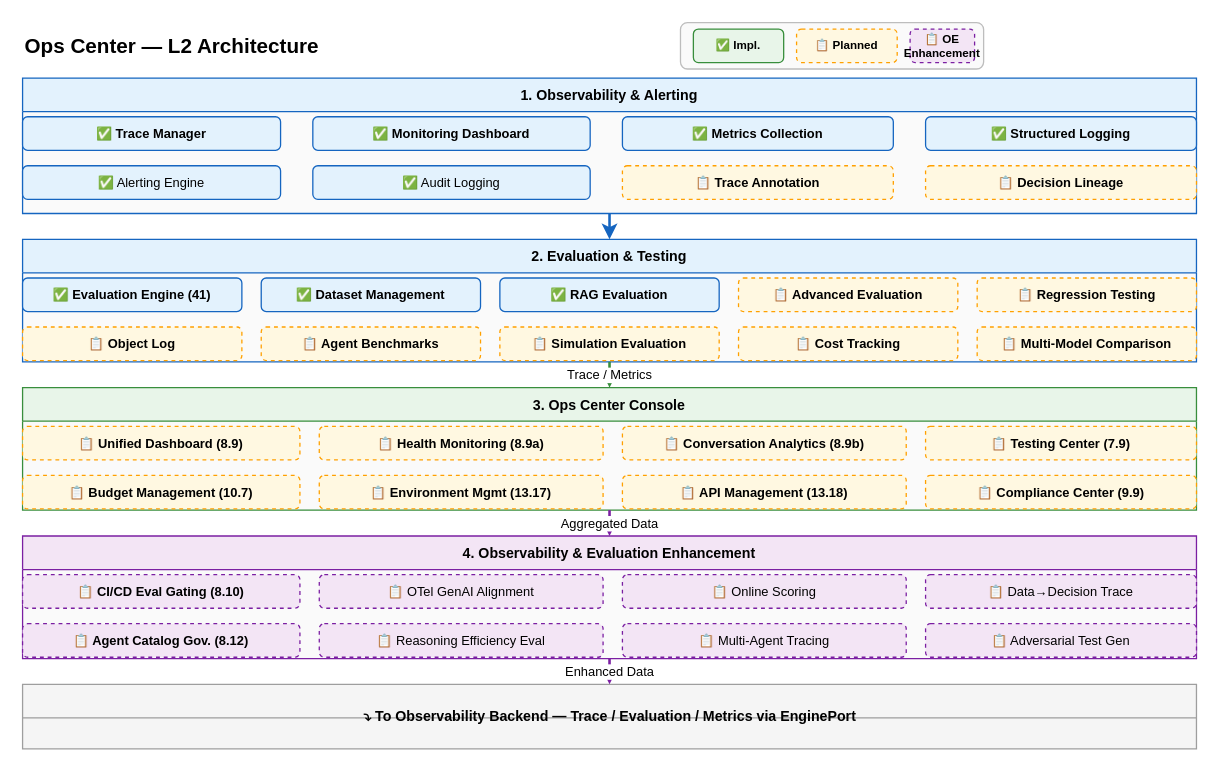
xueyufish/hecate keeps this draw.io diagram as docs/design/hardware/ops-center-l2.drawio. Above is the earlier version. Source tidied: cells renumbered, new cells numbered last; positions are measured from the earlier drawing's top-left corner, leaving out a move shared by most shapes. Both pictures are drawn from the tidied source at 129%, with x=0, y=0 at pixel (22, 22).
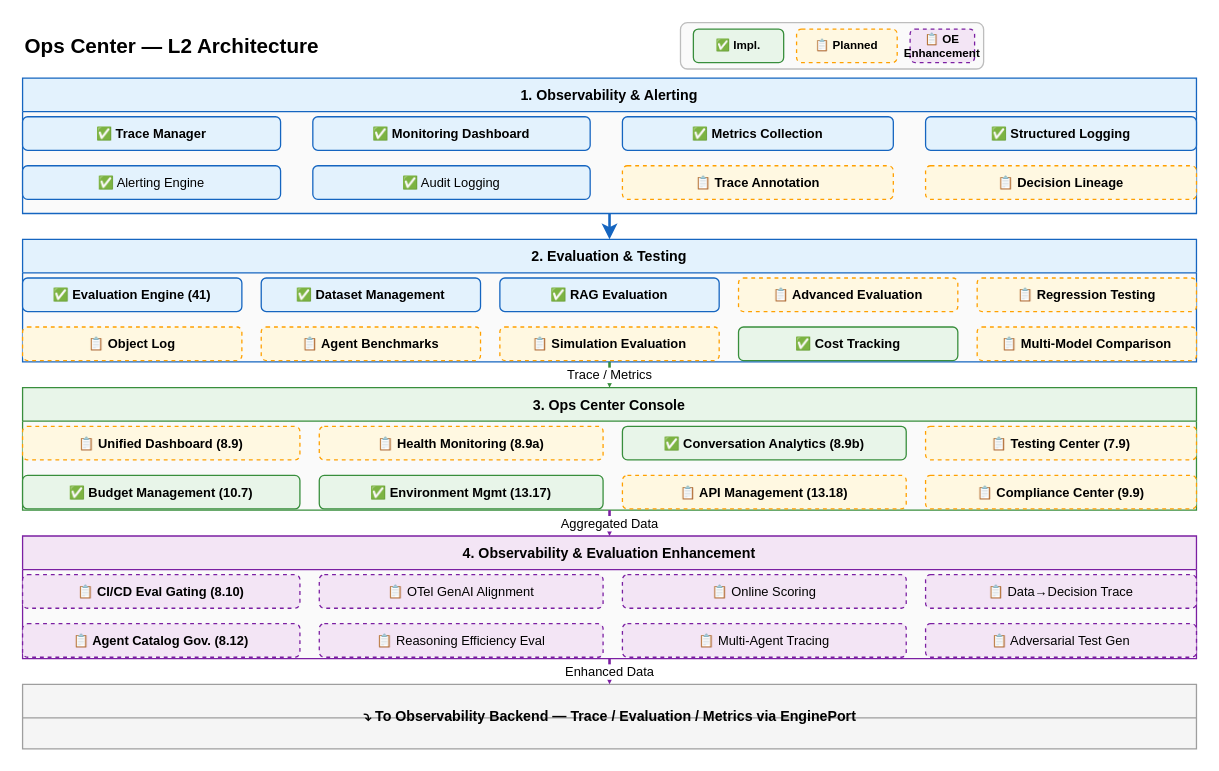
The same page after the edit.

The change refers to these unchanged cells:
```xml
<mxCell id="16" value="2. Evaluation &amp; Testing" style="swimlane;startSize=26;fillColor=#E3F2FD;strokeColor=#1565C0;fontSize=11;fontStyle=1;swimlaneFillColor=#FAFAFA;" parent="1" vertex="1">
  <mxGeometry y="168" width="910" height="95" as="geometry" />
</mxCell>
<mxCell id="27" value="3. Ops Center Console" style="swimlane;startSize=26;fillColor=#E8F5E9;strokeColor=#388E3C;fontSize=11;fontStyle=1;swimlaneFillColor=#FAFAFA;" parent="1" vertex="1">
  <mxGeometry y="283" width="910" height="95" as="geometry" />
</mxCell>
```

What changed in the source:
```diff
@@
-    <mxCell id="25" value="📋 Cost Tracking" style="rounded=1;whiteSpace=wrap;html=1;fillColor=#FFF8E1;strokeColor=#FFA000;fontSize=10;fontStyle=1;dashed=1;" parent="16" vertex="1">
+    <mxCell id="25" value="✅ Cost Tracking" style="rounded=1;whiteSpace=wrap;html=1;fillColor=#E8F5E9;strokeColor=#388E3C;fontSize=10;fontStyle=1;" parent="16" vertex="1">
       <mxGeometry x="555" y="68" width="170" height="26" as="geometry" />
     </mxCell>
@@
-    <mxCell id="30" value="📋 Conversation Analytics (8.9b)" style="rounded=1;whiteSpace=wrap;html=1;fillColor=#FFF8E1;strokeColor=#FFA000;fontSize=10;fontStyle=1;dashed=1;" parent="27" vertex="1">
+    <mxCell id="30" value="✅ Conversation Analytics (8.9b)" style="rounded=1;whiteSpace=wrap;html=1;fillColor=#E8F5E9;strokeColor=#388E3C;fontSize=10;fontStyle=1;" parent="27" vertex="1">
       <mxGeometry x="465" y="30" width="220" height="26" as="geometry" />
     </mxCell>
@@
-    <mxCell id="32" value="📋 Budget Management (10.7)" style="rounded=1;whiteSpace=wrap;html=1;fillColor=#FFF8E1;strokeColor=#FFA000;fontSize=10;fontStyle=1;dashed=1;" parent="27" vertex="1">
+    <mxCell id="32" value="✅ Budget Management (10.7)" style="rounded=1;whiteSpace=wrap;html=1;fillColor=#E8F5E9;strokeColor=#388E3C;fontSize=10;fontStyle=1;" parent="27" vertex="1">
       <mxGeometry y="68" width="215" height="26" as="geometry" />
     </mxCell>
-    <mxCell id="33" value="📋 Environment Mgmt (13.17)" style="rounded=1;whiteSpace=wrap;html=1;fillColor=#FFF8E1;strokeColor=#FFA000;fontSize=10;fontStyle=1;dashed=1;" parent="27" vertex="1">
+    <mxCell id="33" value="✅ Environment Mgmt (13.17)" style="rounded=1;whiteSpace=wrap;html=1;fillColor=#E8F5E9;strokeColor=#388E3C;fontSize=10;fontStyle=1;" parent="27" vertex="1">
       <mxGeometry x="230" y="68" width="220" height="26" as="geometry" />
     </mxCell>
```
